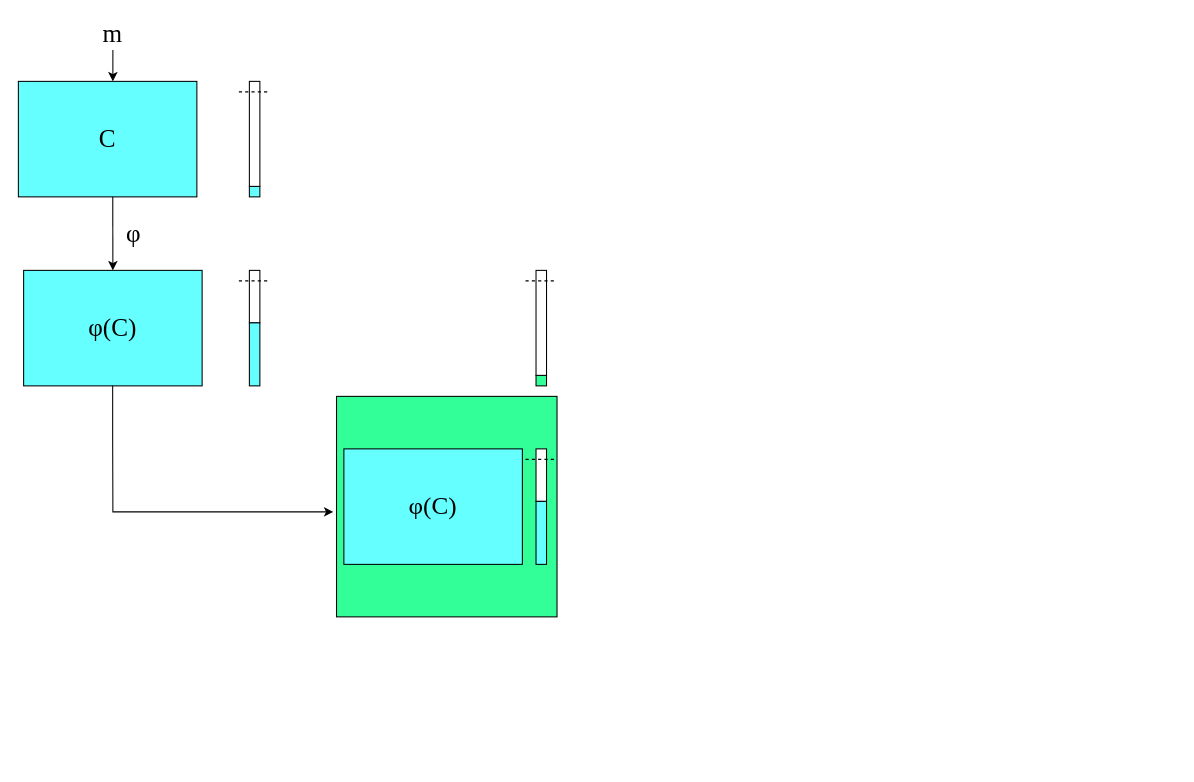
This is bootstrap.drawio from jon1119/xyw, a draw.io file, before an edit. Source tidied: cells renumbered, new cells numbered last; positions are measured from the earlier drawing's top-left corner, leaving out a move shared by most shapes. Both pictures are drawn from the tidied source at 105%, with x=0, y=0 at pixel (18, 18). Pictures stored in the file or linked from it are replaced by grey dashed boxes.
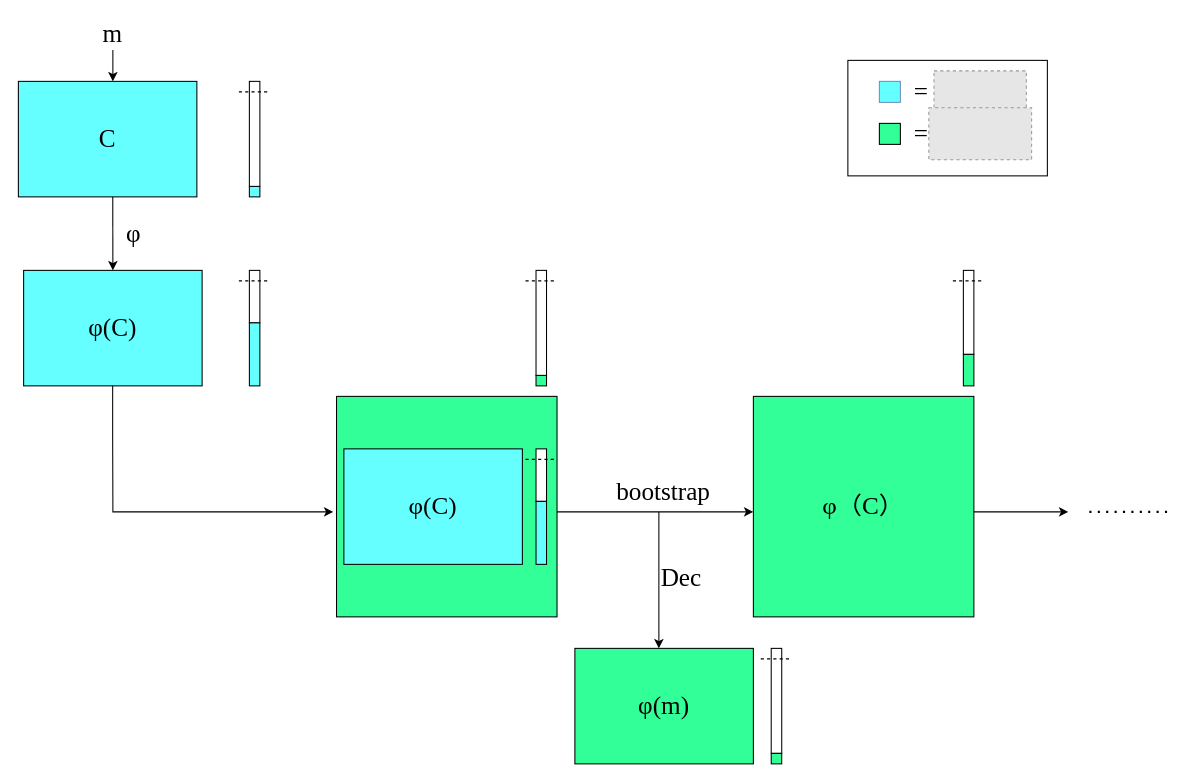
After the change.

The edit, as a diff of the source:
```diff
@@
-    <mxCell id="17" value="&lt;span style=&quot;font-family: &amp;quot;Times New Roman&amp;quot;; font-size: 24px;&quot;&gt;φ(&lt;/span&gt;&lt;font face=&quot;Times New Roman&quot; style=&quot;font-size: 24px;&quot;&gt;C)&lt;/font&gt;" style="rounded=0;whiteSpace=wrap;html=1;fillColor=#66FFFF;" parent="1" vertex="1">
+    <mxCell id="17" value="&lt;font face=&quot;Times New Roman&quot;&gt;&lt;span style=&quot;font-size: 24px;&quot;&gt;φ(&lt;/span&gt;&lt;font style=&quot;font-size: 24px;&quot;&gt;C)&lt;/font&gt;&lt;/font&gt;" style="rounded=0;whiteSpace=wrap;html=1;fillColor=#66FFFF;" parent="1" vertex="1">
       <mxGeometry x="310" y="410" width="170" height="110" as="geometry" />
     </mxCell>
@@
+    <mxCell id="25" style="endArrow=classic;html=1;rounded=0;" parent="1" edge="1">
+      <mxGeometry relative="1" as="geometry">
+        <mxPoint x="513" y="470" as="sourcePoint" />
+        <mxPoint x="700" y="470" as="targetPoint" />
+      </mxGeometry>
+    </mxCell>
+    <mxCell id="26" value="&lt;font style=&quot;font-size: 24px;&quot; face=&quot;Times New Roman&quot;&gt;bootstrap&lt;/font&gt;" style="edgeLabel;html=1;align=center;verticalAlign=middle;" parent="25" vertex="1">
+      <mxGeometry x="0.07" y="2" relative="1" as="geometry">
+        <mxPoint y="-18" as="offset" />
+      </mxGeometry>
+    </mxCell>
+    <mxCell id="27" value="&lt;font face=&quot;Times New Roman&quot; style=&quot;font-size: 24px;&quot;&gt;φ（C）&lt;/font&gt;" style="whiteSpace=wrap;html=1;fillColor=#33FF99;" parent="1" vertex="1">
+      <mxGeometry x="700" y="360" width="210" height="210" as="geometry" />
+    </mxCell>
+    <mxCell id="28" style="rounded=0;whiteSpace=wrap;html=1;" parent="1" vertex="1">
+      <mxGeometry x="900" y="240" width="10" height="80" as="geometry" />
+    </mxCell>
+    <mxCell id="29" style="rounded=0;whiteSpace=wrap;html=1;fillColor=#33FF99;" parent="1" vertex="1">
+      <mxGeometry x="900" y="320" width="10" height="30" as="geometry" />
+    </mxCell>
+    <mxCell id="30" style="endArrow=none;dashed=1;html=1;rounded=0;" parent="1" edge="1">
+      <mxGeometry relative="1" as="geometry">
+        <mxPoint x="890" y="250" as="sourcePoint" />
+        <mxPoint x="920" y="250" as="targetPoint" />
+      </mxGeometry>
+    </mxCell>
+    <mxCell id="31" style="endArrow=classic;html=1;rounded=0;" parent="1" edge="1">
+      <mxGeometry relative="1" as="geometry">
+        <mxPoint x="910" y="470" as="sourcePoint" />
+        <mxPoint x="1000" y="470" as="targetPoint" />
+      </mxGeometry>
+    </mxCell>
+    <mxCell id="32" style="endArrow=none;dashed=1;html=1;dashPattern=1 3;strokeWidth=2;rounded=0;" parent="1" edge="1">
+      <mxGeometry relative="1" as="geometry">
+        <mxPoint x="1020" y="470" as="sourcePoint" />
+        <mxPoint x="1100" y="470" as="targetPoint" />
+      </mxGeometry>
+    </mxCell>
+    <mxCell id="33" value="&lt;div&gt;&lt;br&gt;&lt;/div&gt;" style="rounded=0;whiteSpace=wrap;html=1;" parent="1" vertex="1">
+      <mxGeometry x="790" y="40" width="190" height="110" as="geometry" />
+    </mxCell>
+    <mxCell id="34" style="fillColor=#E6E6E6;strokeColor=#999999;dashed=1;verticalLabelPosition=bottom;labelBackgroundColor=default;verticalAlign=top;" parent="1" vertex="1">
+      <mxGeometry x="872" y="50" width="88" height="40.5" as="geometry" />
+    </mxCell>
+    <mxCell id="35" value="&lt;font face=&quot;Times New Roman&quot; style=&quot;font-size: 24px;&quot;&gt;=&lt;/font&gt;" style="text;html=1;align=center;verticalAlign=middle;whiteSpace=wrap;rounded=0;" parent="1" vertex="1">
+      <mxGeometry x="830" y="55.2" width="60" height="30" as="geometry" />
+    </mxCell>
+    <mxCell id="36" style="whiteSpace=wrap;html=1;fillColor=#66FFFF;strokeColor=#6c8ebf;" parent="1" vertex="1">
+      <mxGeometry x="820" y="60" width="20" height="20" as="geometry" />
+    </mxCell>
+    <mxCell id="37" style="rounded=0;whiteSpace=wrap;html=1;fillColor=#33FF99;" parent="1" vertex="1">
+      <mxGeometry x="820" y="100" width="20" height="20" as="geometry" />
+    </mxCell>
+    <mxCell id="38" value="&lt;font face=&quot;Times New Roman&quot; style=&quot;font-size: 24px;&quot;&gt;=&lt;/font&gt;" style="text;html=1;align=center;verticalAlign=middle;whiteSpace=wrap;rounded=0;" parent="1" vertex="1">
+      <mxGeometry x="830" y="95" width="60" height="30" as="geometry" />
+    </mxCell>
+    <mxCell id="39" style="fillColor=#E6E6E6;strokeColor=#999999;dashed=1;verticalLabelPosition=bottom;labelBackgroundColor=default;verticalAlign=top;" parent="1" vertex="1">
+      <mxGeometry x="867.1" y="85.2" width="97.9" height="49.5" as="geometry" />
+    </mxCell>
+    <mxCell id="40" style="endArrow=classic;html=1;rounded=0;" parent="1" edge="1">
+      <mxGeometry relative="1" as="geometry">
+        <mxPoint x="610" y="470" as="sourcePoint" />
+        <mxPoint x="610" y="600" as="targetPoint" />
+      </mxGeometry>
+    </mxCell>
+    <mxCell id="41" value="&lt;font face=&quot;Times New Roman&quot; style=&quot;font-size: 24px;&quot;&gt;Dec&lt;/font&gt;" style="edgeLabel;html=1;align=center;verticalAlign=middle;" parent="40" vertex="1">
+      <mxGeometry x="-0.05" y="-3" relative="1" as="geometry">
+        <mxPoint x="23" as="offset" />
+      </mxGeometry>
+    </mxCell>
+    <mxCell id="42" value="&lt;font face=&quot;Times New Roman&quot;&gt;&lt;span style=&quot;font-size: 24px;&quot;&gt;φ(m&lt;/span&gt;&lt;font style=&quot;font-size: 24px;&quot;&gt;)&lt;/font&gt;&lt;/font&gt;" style="rounded=0;whiteSpace=wrap;html=1;fillColor=#33FF99;" parent="1" vertex="1">
+      <mxGeometry x="530" y="600" width="170" height="110" as="geometry" />
+    </mxCell>
+    <mxCell id="43" style="rounded=0;whiteSpace=wrap;html=1;" parent="1" vertex="1">
+      <mxGeometry x="717" y="600" width="10" height="100" as="geometry" />
+    </mxCell>
+    <mxCell id="44" style="whiteSpace=wrap;html=1;fillColor=#33FF99;" parent="1" vertex="1">
+      <mxGeometry x="717" y="700" width="10" height="10" as="geometry" />
+    </mxCell>
+    <mxCell id="45" style="endArrow=none;dashed=1;html=1;rounded=0;" parent="1" edge="1">
+      <mxGeometry relative="1" as="geometry">
+        <mxPoint x="707" y="610" as="sourcePoint" />
+        <mxPoint x="737" y="610" as="targetPoint" />
+      </mxGeometry>
+    </mxCell>
```
